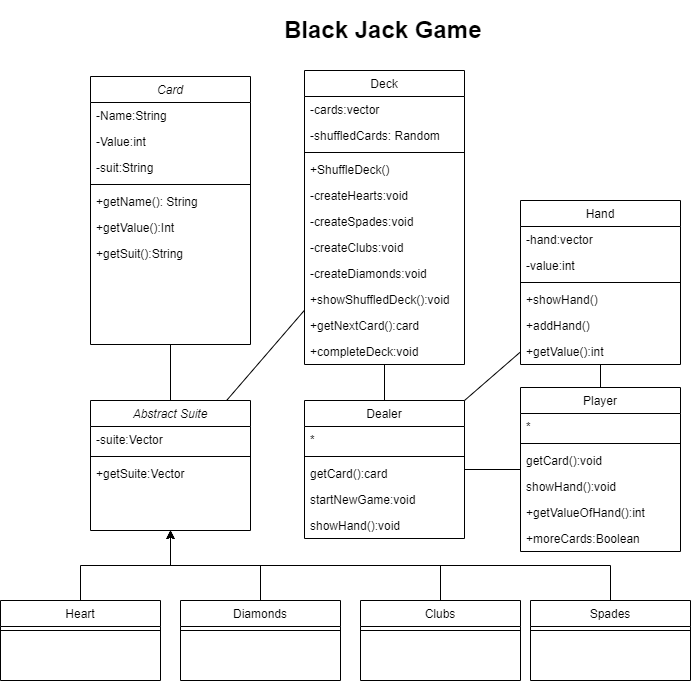
Above: src/blackjack.drawio.png in LaughingRover/Blackjack (draw.io), before the change. Source tidied: cells renumbered, new cells last; positions are measured from the earlier drawing's top-left corner, leaving out a move shared by most shapes.
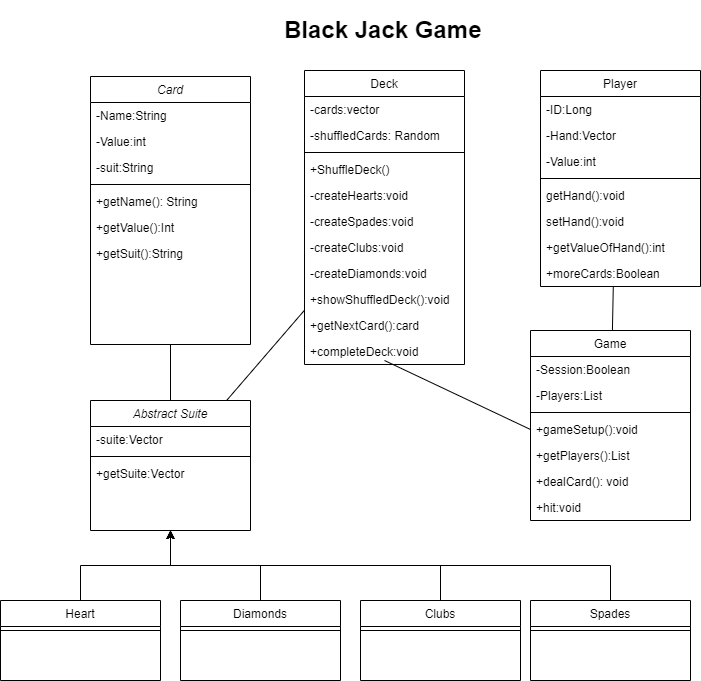
After the commit.

Commit message:
Updated the UML Class diagram

The edit, as a diff of the source:
```diff
@@ -27,47 +27,32 @@
       <mxGeometry y="164" width="160" height="26" as="geometry" />
     </mxCell>
     <mxCell id="10" value="Player" style="swimlane;fontStyle=0;align=center;verticalAlign=top;horizontal=1;startSize=26;rounded=0;shadow=0;strokeWidth=1;" parent="1" vertex="1">
-      <mxGeometry x="520" y="377" width="160" height="164" as="geometry" />
+      <mxGeometry x="540" y="60" width="160" height="216" as="geometry" />
     </mxCell>
+    <mxCell id="65" value="-ID:Long" style="text;align=left;verticalAlign=top;spacingLeft=4;spacingRight=4;overflow=hidden;" parent="10" vertex="1">
+      <mxGeometry y="26" width="160" height="26" as="geometry" />
+    </mxCell>
+    <mxCell id="66" value="-Hand:Vector" style="text;align=left;verticalAlign=top;spacingLeft=4;spacingRight=4;overflow=hidden;" parent="10" vertex="1">
+      <mxGeometry y="52" width="160" height="26" as="geometry" />
+    </mxCell>
-    <mxCell id="11" value="*" style="text;align=left;verticalAlign=top;spacingLeft=4;spacingRight=4;overflow=hidden;" parent="10" vertex="1">
-      <mxGeometry y="26" width="160" height="26" as="geometry" />
+    <mxCell id="11" value="-Value:int" style="text;align=left;verticalAlign=top;spacingLeft=4;spacingRight=4;overflow=hidden;" parent="10" vertex="1">
+      <mxGeometry y="78" width="160" height="26" as="geometry" />
     </mxCell>
     <mxCell id="12" style="line;html=1;strokeWidth=1;align=left;verticalAlign=middle;spacingTop=-1;spacingLeft=3;spacingRight=3;labelPosition=right;" parent="10" vertex="1">
-      <mxGeometry y="52" width="160" height="8" as="geometry" />
+      <mxGeometry y="104" width="160" height="8" as="geometry" />
     </mxCell>
-    <mxCell id="13" value="getCard():void" style="text;align=left;verticalAlign=top;spacingLeft=4;spacingRight=4;overflow=hidden;" parent="10" vertex="1">
-      <mxGeometry y="60" width="160" height="26" as="geometry" />
+    <mxCell id="13" value="getHand():void" style="text;align=left;verticalAlign=top;spacingLeft=4;spacingRight=4;overflow=hidden;" parent="10" vertex="1">
+      <mxGeometry y="112" width="160" height="26" as="geometry" />
     </mxCell>
-    <mxCell id="14" value="showHand():void" style="text;align=left;verticalAlign=top;spacingLeft=4;spacingRight=4;overflow=hidden;" parent="10" vertex="1">
-      <mxGeometry y="86" width="160" height="26" as="geometry" />
+    <mxCell id="14" value="setHand():void" style="text;align=left;verticalAlign=top;spacingLeft=4;spacingRight=4;overflow=hidden;" parent="10" vertex="1">
+      <mxGeometry y="138" width="160" height="26" as="geometry" />
     </mxCell>
     <mxCell id="15" value="+getValueOfHand():int" style="text;align=left;verticalAlign=top;spacingLeft=4;spacingRight=4;overflow=hidden;" parent="10" vertex="1">
-      <mxGeometry y="112" width="160" height="26" as="geometry" />
+      <mxGeometry y="164" width="160" height="26" as="geometry" />
     </mxCell>
     <mxCell id="16" value="+moreCards:Boolean" style="text;align=left;verticalAlign=top;spacingLeft=4;spacingRight=4;overflow=hidden;points=[[0,0.5],[1,0.5]];portConstraint=eastwest;" parent="10" vertex="1">
-      <mxGeometry y="138" width="160" height="26" as="geometry" />
+      <mxGeometry y="190" width="160" height="26" as="geometry" />
     </mxCell>
-    <mxCell id="17" value="Hand" style="swimlane;fontStyle=0;align=center;verticalAlign=top;horizontal=1;startSize=26;rounded=0;shadow=0;strokeWidth=1;" parent="1" vertex="1">
-      <mxGeometry x="520" y="190" width="160" height="164" as="geometry" />
-    </mxCell>
-    <mxCell id="18" value="-hand:vector" style="text;align=left;verticalAlign=top;spacingLeft=4;spacingRight=4;overflow=hidden;" parent="17" vertex="1">
-      <mxGeometry y="26" width="160" height="26" as="geometry" />
-    </mxCell>
-    <mxCell id="19" value="-value:int" style="text;align=left;verticalAlign=top;spacingLeft=4;spacingRight=4;overflow=hidden;" parent="17" vertex="1">
-      <mxGeometry y="52" width="160" height="26" as="geometry" />
-    </mxCell>
-    <mxCell id="20" style="line;html=1;strokeWidth=1;align=left;verticalAlign=middle;spacingTop=-1;spacingLeft=3;spacingRight=3;labelPosition=right;" parent="17" vertex="1">
-      <mxGeometry y="78" width="160" height="8" as="geometry" />
-    </mxCell>
-    <mxCell id="21" value="+showHand()" style="text;align=left;verticalAlign=top;spacingLeft=4;spacingRight=4;overflow=hidden;" parent="17" vertex="1">
-      <mxGeometry y="86" width="160" height="26" as="geometry" />
-    </mxCell>
-    <mxCell id="22" value="+addHand()" style="text;align=left;verticalAlign=top;spacingLeft=4;spacingRight=4;overflow=hidden;" parent="17" vertex="1">
-      <mxGeometry y="112" width="160" height="26" as="geometry" />
-    </mxCell>
-    <mxCell id="23" value="+getValue():int" style="text;align=left;verticalAlign=top;spacingLeft=4;spacingRight=4;overflow=hidden;" parent="17" vertex="1">
-      <mxGeometry y="138" width="160" height="26" as="geometry" />
-    </mxCell>
     <mxCell id="24" value="Deck" style="swimlane;fontStyle=0;align=center;verticalAlign=top;horizontal=1;startSize=26;rounded=0;shadow=0;strokeWidth=1;" parent="1" vertex="1">
       <mxGeometry x="304" y="60" width="160" height="294" as="geometry" />
     </mxCell>
@@ -107,39 +92,41 @@
     <mxCell id="36" value="&lt;h1&gt;Black Jack Game&lt;/h1&gt;" style="text;html=1;strokeColor=none;fillColor=none;spacing=5;spacingTop=-20;whiteSpace=wrap;overflow=hidden;rounded=0;" parent="1" vertex="1">
       <mxGeometry x="279" width="210" height="40" as="geometry" />
     </mxCell>
-    <mxCell id="37" value="Dealer" style="swimlane;fontStyle=0;align=center;verticalAlign=top;horizontal=1;startSize=26;rounded=0;shadow=0;strokeWidth=1;" parent="1" vertex="1">
-      <mxGeometry x="304" y="390" width="160" height="138" as="geometry" />
+    <mxCell id="37" value="Game" style="swimlane;fontStyle=0;align=center;verticalAlign=top;horizontal=1;startSize=26;rounded=0;shadow=0;strokeWidth=1;" parent="1" vertex="1">
+      <mxGeometry x="530" y="320" width="160" height="190" as="geometry" />
     </mxCell>
+    <mxCell id="67" value="-Session:Boolean" style="text;align=left;verticalAlign=top;spacingLeft=4;spacingRight=4;overflow=hidden;" parent="37" vertex="1">
+      <mxGeometry y="26" width="160" height="26" as="geometry" />
+    </mxCell>
-    <mxCell id="38" value="*" style="text;align=left;verticalAlign=top;spacingLeft=4;spacingRight=4;overflow=hidden;" parent="37" vertex="1">
-      <mxGeometry y="26" width="160" height="26" as="geometry" />
+    <mxCell id="38" value="-Players:List" style="text;align=left;verticalAlign=top;spacingLeft=4;spacingRight=4;overflow=hidden;" parent="37" vertex="1">
+      <mxGeometry y="52" width="160" height="26" as="geometry" />
     </mxCell>
     <mxCell id="39" style="line;html=1;strokeWidth=1;align=left;verticalAlign=middle;spacingTop=-1;spacingLeft=3;spacingRight=3;labelPosition=right;" parent="37" vertex="1">
-      <mxGeometry y="52" width="160" height="8" as="geometry" />
+      <mxGeometry y="78" width="160" height="8" as="geometry" />
     </mxCell>
-    <mxCell id="40" value="getCard():card" style="text;align=left;verticalAlign=top;spacingLeft=4;spacingRight=4;overflow=hidden;points=[[0,0.5],[1,0.5]];portConstraint=eastwest;" parent="37" vertex="1">
-      <mxGeometry y="60" width="160" height="26" as="geometry" />
+    <mxCell id="40" value="+gameSetup():void" style="text;align=left;verticalAlign=top;spacingLeft=4;spacingRight=4;overflow=hidden;points=[[0,0.5],[1,0.5]];portConstraint=eastwest;" parent="37" vertex="1">
+      <mxGeometry y="86" width="160" height="26" as="geometry" />
     </mxCell>
-    <mxCell id="41" value="startNewGame:void" style="text;align=left;verticalAlign=top;spacingLeft=4;spacingRight=4;overflow=hidden;" parent="37" vertex="1">
-      <mxGeometry y="86" width="160" height="26" as="geometry" />
+    <mxCell id="41" value="+getPlayers():List" style="text;align=left;verticalAlign=top;spacingLeft=4;spacingRight=4;overflow=hidden;" parent="37" vertex="1">
+      <mxGeometry y="112" width="160" height="26" as="geometry" />
     </mxCell>
-    <mxCell id="42" value="showHand():void" style="text;align=left;verticalAlign=top;spacingLeft=4;spacingRight=4;overflow=hidden;" parent="37" vertex="1">
-      <mxGeometry y="112" width="160" height="26" as="geometry" />
+    <mxCell id="42" value="+dealCard(): void" style="text;align=left;verticalAlign=top;spacingLeft=4;spacingRight=4;overflow=hidden;" parent="37" vertex="1">
+      <mxGeometry y="138" width="160" height="26" as="geometry" />
     </mxCell>
-    <mxCell id="43" style="endArrow=none;html=1;rounded=0;" parent="1" edge="1" source="10" target="17">
-      <mxGeometry relative="1" as="geometry" />
-    </mxCell>
+    <mxCell id="68" value="+hit:void" style="text;align=left;verticalAlign=top;spacingLeft=4;spacingRight=4;overflow=hidden;" parent="37" vertex="1">
+      <mxGeometry y="164" width="160" height="26" as="geometry" />
+    </mxCell>
-    <mxCell id="44" style="endArrow=none;html=1;rounded=0;entryX=0;entryY=0.5;entryDx=0;entryDy=0;exitX=1;exitY=0.5;exitDx=0;exitDy=0;" parent="1" edge="1" source="37" target="10">
+    <mxCell id="44" style="endArrow=none;html=1;rounded=0;entryX=0.455;entryY=0.992;entryDx=0;entryDy=0;entryPerimeter=0;" parent="1" edge="1" source="37" target="16">
       <mxGeometry relative="1" as="geometry" />
     </mxCell>
-    <mxCell id="45" style="endArrow=none;html=1;rounded=0;entryX=0.5;entryY=1;entryDx=0;entryDy=0;exitX=0.5;exitY=0;exitDx=0;exitDy=0;" parent="1" edge="1" source="37" target="24">
-      <mxGeometry relative="1" as="geometry" />
+    <mxCell id="45" style="endArrow=none;html=1;rounded=0;exitX=0;exitY=0.5;exitDx=0;exitDy=0;" parent="1" edge="1" source="40">
+      <mxGeometry relative="1" as="geometry">
+        <mxPoint x="384" y="350" as="targetPoint" />
+      </mxGeometry>
     </mxCell>
     <mxCell id="46" style="endArrow=none;html=1;rounded=0;entryX=0.5;entryY=0;entryDx=0;entryDy=0;" parent="1" edge="1" source="2" target="48">
       <mxGeometry relative="1" as="geometry" />
     </mxCell>
-    <mxCell id="47" style="endArrow=none;html=1;rounded=0;exitX=1;exitY=0;exitDx=0;exitDy=0;" parent="1" edge="1" source="37" target="17">
-      <mxGeometry relative="1" as="geometry" />
-    </mxCell>
     <mxCell id="48" value="Abstract Suite" style="swimlane;fontStyle=2;align=center;verticalAlign=top;horizontal=1;startSize=26;rounded=0;shadow=0;strokeWidth=1;" parent="1" vertex="1">
       <mxGeometry x="90" y="390" width="160" height="130" as="geometry" />
     </mxCell>
```
